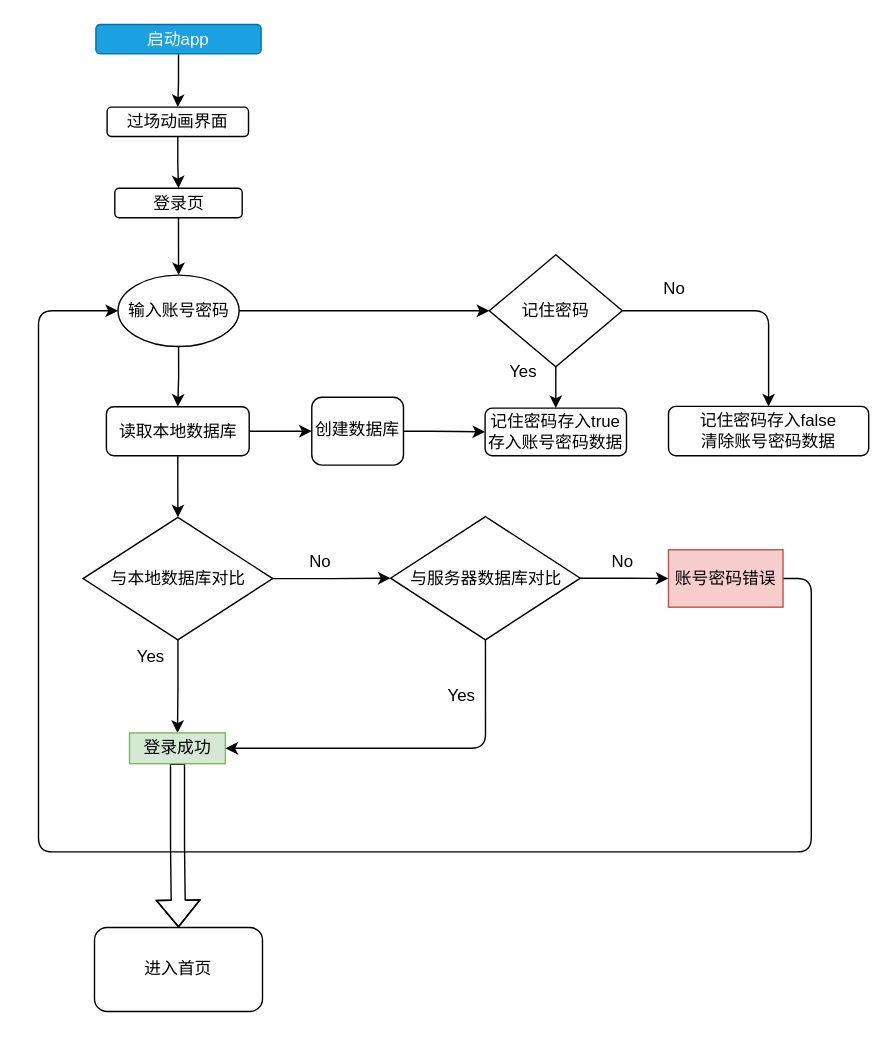
Above: page "Page-1" (1 of 2) of 骨料检测手机app登录页记住密码.drawio in Jian-2021/GLJC20220714 (draw.io), before the change. Source tidied: cells renumbered, new cells numbered last; positions are measured from the earlier drawing's top-left corner, leaving out a move shared by most shapes. Both pictures are drawn from the tidied source at 140%, with x=0, y=0 at pixel (38, 24).
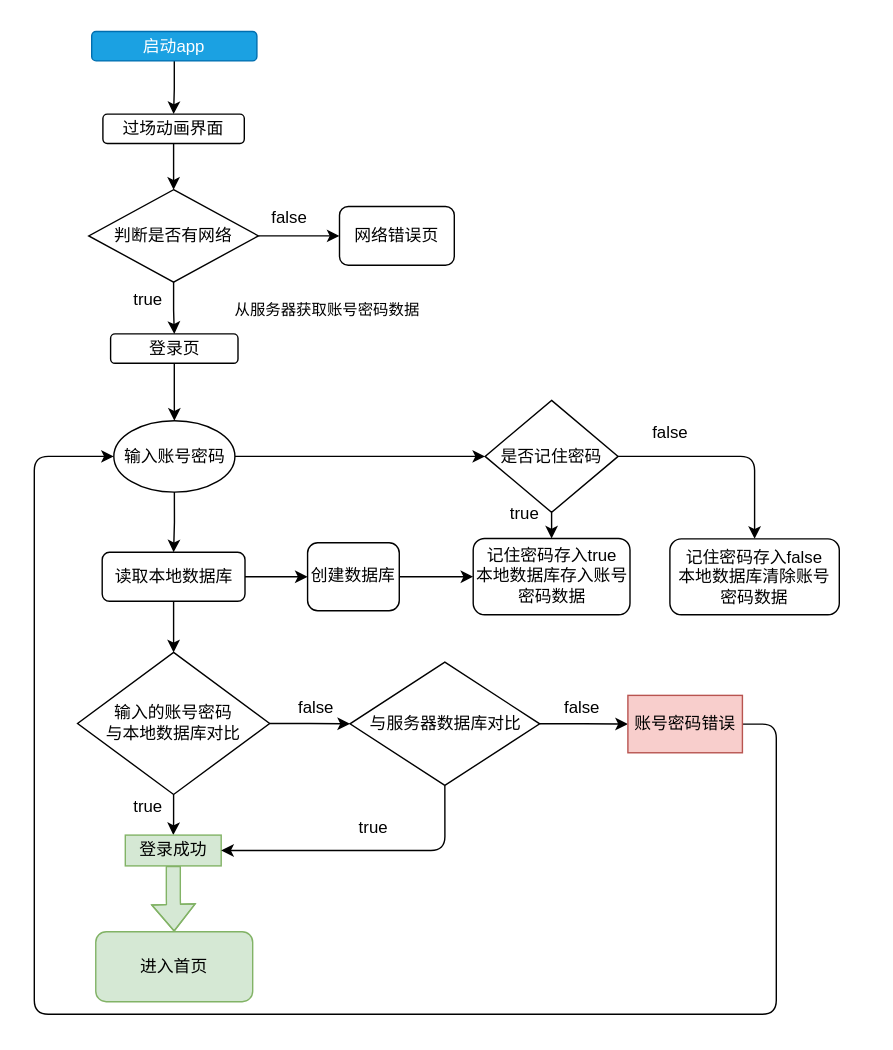
Above is the later version.

Commit message:
更新骨料检测手机app登录页记住密码.drawio

The edit, as a diff of the source:
```diff
@@
     <mxCell id="3" value="启动app" style="rounded=1;whiteSpace=wrap;html=1;fontSize=12;glass=0;strokeWidth=1;shadow=0;fillColor=#1ba1e2;strokeColor=#006EAF;fontColor=#ffffff;" parent="1" vertex="1">
-      <mxGeometry x="41" width="118" height="21" as="geometry" />
+      <mxGeometry x="38" y="5" width="118" height="21" as="geometry" />
     </mxCell>
-    <mxCell id="4" style="edgeStyle=orthogonalEdgeStyle;rounded=0;jettySize=auto;html=1;strokeColor=#000000;" parent="1" edge="1" source="5" target="7">
-      <mxGeometry relative="1" as="geometry" />
-    </mxCell>
+    <mxCell id="38" style="edgeStyle=orthogonalEdgeStyle;rounded=0;jettySize=auto;html=1;" parent="1" edge="1" source="5" target="41">
+      <mxGeometry relative="1" as="geometry" />
+    </mxCell>
     <mxCell id="5" value="过场动画界面" style="whiteSpace=wrap;html=1;rounded=1;shadow=0;strokeWidth=1;glass=0;" parent="1" vertex="1">
-      <mxGeometry x="49" y="59" width="101" height="21" as="geometry" />
+      <mxGeometry x="46" y="64" width="101" height="21" as="geometry" />
     </mxCell>
@@
     <mxCell id="7" value="登录页" style="whiteSpace=wrap;html=1;rounded=1;shadow=0;strokeWidth=1;glass=0;" parent="1" vertex="1">
-      <mxGeometry x="54.5" y="117" width="91" height="21" as="geometry" />
+      <mxGeometry x="51.5" y="221" width="91" height="21" as="geometry" />
     </mxCell>
@@
     <mxCell id="10" value="输入账号密码" style="ellipse;whiteSpace=wrap;html=1;rounded=1;shadow=0;strokeWidth=1;glass=0;" parent="1" vertex="1">
-      <mxGeometry x="56.8" y="179" width="86.5" height="51" as="geometry" />
+      <mxGeometry x="53.8" y="283" width="86.5" height="51" as="geometry" />
     </mxCell>
@@
     <mxCell id="13" value="读取本地数据库" style="whiteSpace=wrap;html=1;rounded=1;shadow=0;strokeWidth=1;glass=0;" parent="1" vertex="1">
-      <mxGeometry x="48.5" y="273" width="102" height="35" as="geometry" />
+      <mxGeometry x="45.5" y="377" width="102" height="35" as="geometry" />
     </mxCell>
@@
-    <mxCell id="16" value="与本地数据库对比" style="rhombus;whiteSpace=wrap;html=1;rounded=0;shadow=0;strokeWidth=1;glass=0;" parent="1" vertex="1">
-      <mxGeometry x="31.8" y="352" width="135.5" height="87.5" as="geometry" />
+    <mxCell id="16" value="&lt;font style=&quot;font-size: 12px;&quot;&gt;输入的账号密码&lt;br&gt;与本地数据库对比&lt;/font&gt;" style="rhombus;whiteSpace=wrap;html=1;rounded=0;shadow=0;strokeWidth=1;glass=0;fontSize=10;" parent="1" vertex="1">
+      <mxGeometry x="27.9" y="448.5" width="137.2" height="101.5" as="geometry" />
     </mxCell>
-    <mxCell id="17" style="edgeStyle=orthogonalEdgeStyle;rounded=1;sketch=0;jettySize=auto;html=1;shape=flexArrow;" parent="1" edge="1" source="18" target="37">
+    <mxCell id="17" style="edgeStyle=orthogonalEdgeStyle;rounded=1;sketch=0;jettySize=auto;html=1;shape=flexArrow;fillColor=#d5e8d4;strokeColor=#82b366;" parent="1" edge="1" source="18" target="37">
       <mxGeometry relative="1" as="geometry" />
     </mxCell>
     <mxCell id="18" value="登录成功" style="whiteSpace=wrap;html=1;rounded=0;shadow=0;strokeWidth=1;glass=0;fillColor=#d5e8d4;strokeColor=#82b366;" parent="1" vertex="1">
-      <mxGeometry x="65" y="506" width="68.5" height="22" as="geometry" />
+      <mxGeometry x="62" y="579" width="68.5" height="22" as="geometry" />
     </mxCell>
-    <mxCell id="19" value="Yes" style="text;html=1;align=center;verticalAlign=middle;" parent="1" vertex="1">
-      <mxGeometry x="65" y="443" width="30" height="18" as="geometry" />
+    <mxCell id="19" value="true" style="text;html=1;align=center;verticalAlign=middle;" parent="1" vertex="1">
+      <mxGeometry x="58" y="546" width="39" height="26" as="geometry" />
     </mxCell>
     <mxCell id="20" style="rounded=1;jettySize=auto;html=1;strokeColor=#000000;edgeStyle=orthogonalEdgeStyle;entryX=1;entryY=0.5;entryDx=0;entryDy=0;exitX=0.5;exitY=1;exitDx=0;exitDy=0;" parent="1" edge="1" source="22" target="18">
       <mxGeometry relative="1" as="geometry">
         <Array as="points">
-          <mxPoint x="319" y="517" />
+          <mxPoint x="290" y="590" />
         </Array>
       </mxGeometry>
     </mxCell>
@@
     <mxCell id="22" value="与服务器数据库对比" style="rhombus;whiteSpace=wrap;html=1;rounded=0;shadow=0;strokeWidth=1;glass=0;" parent="1" vertex="1">
-      <mxGeometry x="251.5" y="351.5" width="135.5" height="88" as="geometry" />
+      <mxGeometry x="222.5" y="455.5" width="135.5" height="88" as="geometry" />
     </mxCell>
-    <mxCell id="23" value="No" style="text;html=1;align=center;verticalAlign=middle;" parent="1" vertex="1">
-      <mxGeometry x="188" y="375.2" width="25" height="18" as="geometry" />
+    <mxCell id="23" value="false" style="text;html=1;align=center;verticalAlign=middle;" parent="1" vertex="1">
+      <mxGeometry x="176" y="475.2" width="43" height="26" as="geometry" />
     </mxCell>
-    <mxCell id="24" value="Yes" style="text;html=1;align=center;verticalAlign=middle;" parent="1" vertex="1">
-      <mxGeometry x="287" y="470.5" width="30" height="18" as="geometry" />
+    <mxCell id="24" value="true" style="text;html=1;align=center;verticalAlign=middle;" parent="1" vertex="1">
+      <mxGeometry x="219" y="561" width="39" height="26" as="geometry" />
     </mxCell>
     <mxCell id="25" style="edgeStyle=orthogonalEdgeStyle;rounded=1;sketch=0;jettySize=auto;html=1;exitX=1;exitY=0.5;exitDx=0;exitDy=0;entryX=0;entryY=0.5;entryDx=0;entryDy=0;" parent="1" edge="1" source="26" target="10">
       <mxGeometry relative="1" as="geometry">
         <Array as="points">
-          <mxPoint x="552" y="396" />
-          <mxPoint x="552" y="591" />
-          <mxPoint y="591" />
-          <mxPoint y="205" />
+          <mxPoint x="527" y="500" />
+          <mxPoint x="527" y="707" />
+          <mxPoint x="-3" y="707" />
+          <mxPoint x="-3" y="309" />
         </Array>
       </mxGeometry>
     </mxCell>
     <mxCell id="26" value="账号密码错误" style="whiteSpace=wrap;html=1;rounded=0;shadow=0;strokeWidth=1;glass=0;fillColor=#f8cecc;strokeColor=#b85450;" parent="1" vertex="1">
-      <mxGeometry x="450" y="375.2" width="81.8" height="41" as="geometry" />
+      <mxGeometry x="421" y="479.2" width="81.8" height="41" as="geometry" />
     </mxCell>
-    <mxCell id="27" value="No" style="text;html=1;align=center;verticalAlign=middle;" parent="1" vertex="1">
-      <mxGeometry x="404" y="375.2" width="25" height="18" as="geometry" />
+    <mxCell id="27" value="false" style="text;html=1;align=center;verticalAlign=middle;" parent="1" vertex="1">
+      <mxGeometry x="366" y="475.2" width="43" height="26" as="geometry" />
     </mxCell>
@@
     <mxCell id="29" value="创建数据库" style="whiteSpace=wrap;html=1;rounded=1;shadow=0;strokeWidth=1;glass=0;" parent="1" vertex="1">
-      <mxGeometry x="195.2" y="266.2" width="65.5" height="48.5" as="geometry" />
+      <mxGeometry x="192.2" y="370.2" width="65.5" height="48.5" as="geometry" />
     </mxCell>
@@
-    <mxCell id="32" value="记住密码" style="rhombus;whiteSpace=wrap;html=1;rounded=0;shadow=0;strokeWidth=1;glass=0;" parent="1" vertex="1">
-      <mxGeometry x="322" y="164.5" width="95" height="80" as="geometry" />
+    <mxCell id="32" value="是否记住密码" style="rhombus;whiteSpace=wrap;html=1;rounded=0;shadow=0;strokeWidth=1;glass=0;" parent="1" vertex="1">
+      <mxGeometry x="319" y="268.5" width="95" height="80" as="geometry" />
     </mxCell>
-    <mxCell id="33" value="记住密码存入true&lt;br&gt;存入账号密码数据" style="whiteSpace=wrap;html=1;rounded=1;shadow=0;strokeWidth=1;glass=0;" parent="1" vertex="1">
-      <mxGeometry x="319" y="274" width="101" height="34" as="geometry" />
+    <mxCell id="33" value="记住密码存入true&lt;br&gt;本地数据库存入账号密码数据" style="whiteSpace=wrap;html=1;rounded=1;shadow=0;strokeWidth=1;glass=0;" parent="1" vertex="1">
+      <mxGeometry x="310.5" y="367.1" width="112" height="54.5" as="geometry" />
     </mxCell>
-    <mxCell id="34" value="Yes" style="text;html=1;align=center;verticalAlign=middle;" parent="1" vertex="1">
-      <mxGeometry x="331" y="239" width="30" height="18" as="geometry" />
+    <mxCell id="34" value="true" style="text;html=1;align=center;verticalAlign=middle;" parent="1" vertex="1">
+      <mxGeometry x="327" y="336.5" width="39" height="26" as="geometry" />
     </mxCell>
-    <mxCell id="35" value="记住密码存入false&lt;br&gt;清除账号密码数据" style="whiteSpace=wrap;html=1;rounded=1;shadow=0;strokeWidth=1;glass=0;" parent="1" vertex="1">
-      <mxGeometry x="450" y="272.8" width="143" height="35.2" as="geometry" />
+    <mxCell id="35" value="记住密码存入false&lt;br&gt;本地数据库清除账号密码数据" style="whiteSpace=wrap;html=1;rounded=1;shadow=0;strokeWidth=1;glass=0;" parent="1" vertex="1">
+      <mxGeometry x="451" y="367.4" width="121" height="54.2" as="geometry" />
     </mxCell>
-    <mxCell id="36" value="No" style="text;html=1;align=center;verticalAlign=middle;" parent="1" vertex="1">
-      <mxGeometry x="441" y="180" width="25" height="18" as="geometry" />
+    <mxCell id="36" value="false" style="text;html=1;align=center;verticalAlign=middle;" parent="1" vertex="1">
+      <mxGeometry x="429" y="279" width="43" height="26" as="geometry" />
     </mxCell>
-    <mxCell id="37" value="进入首页" style="whiteSpace=wrap;html=1;rounded=1;shadow=0;strokeWidth=1;glass=0;" parent="1" vertex="1">
-      <mxGeometry x="40" y="645" width="120" height="60" as="geometry" />
+    <mxCell id="37" value="进入首页" style="whiteSpace=wrap;html=1;rounded=1;shadow=0;strokeWidth=1;glass=0;fillColor=#d5e8d4;strokeColor=#82b366;" parent="1" vertex="1">
+      <mxGeometry x="40.9" y="648" width="112.1" height="50" as="geometry" />
     </mxCell>
+    <mxCell id="39" style="edgeStyle=orthogonalEdgeStyle;rounded=0;jettySize=auto;html=1;exitX=0.5;exitY=1;exitDx=0;exitDy=0;" parent="1" edge="1" source="41" target="7">
+      <mxGeometry relative="1" as="geometry" />
+    </mxCell>
+    <mxCell id="40" style="edgeStyle=orthogonalEdgeStyle;rounded=0;jettySize=auto;html=1;" parent="1" edge="1" source="41" target="43">
+      <mxGeometry relative="1" as="geometry" />
+    </mxCell>
+    <mxCell id="41" value="判断是否有网络" style="rhombus;whiteSpace=wrap;html=1;rounded=0;shadow=0;strokeWidth=1;glass=0;" parent="1" vertex="1">
+      <mxGeometry x="35.9" y="118" width="121.2" height="66" as="geometry" />
+    </mxCell>
+    <mxCell id="42" value="true" style="text;html=1;align=center;verticalAlign=middle;strokeColor=none;fillColor=none;" parent="1" vertex="1">
+      <mxGeometry x="58" y="184" width="39" height="26" as="geometry" />
+    </mxCell>
+    <mxCell id="43" value="网络错误页" style="whiteSpace=wrap;html=1;rounded=1;shadow=0;strokeWidth=1;glass=0;" parent="1" vertex="1">
+      <mxGeometry x="215" y="130" width="82" height="42" as="geometry" />
+    </mxCell>
+    <mxCell id="44" value="false" style="text;html=1;align=center;verticalAlign=middle;strokeColor=none;fillColor=none;" parent="1" vertex="1">
+      <mxGeometry x="157.1" y="125" width="43" height="26" as="geometry" />
+    </mxCell>
+    <mxCell id="45" value="&lt;font style=&quot;font-size: 11px;&quot;&gt;从服务器获取账号密码数据&lt;/font&gt;" style="text;html=1;align=center;verticalAlign=middle;strokeColor=none;fillColor=none;fontSize=10;" parent="1" vertex="1">
+      <mxGeometry x="125" y="191" width="161" height="25" as="geometry" />
+    </mxCell>
```
